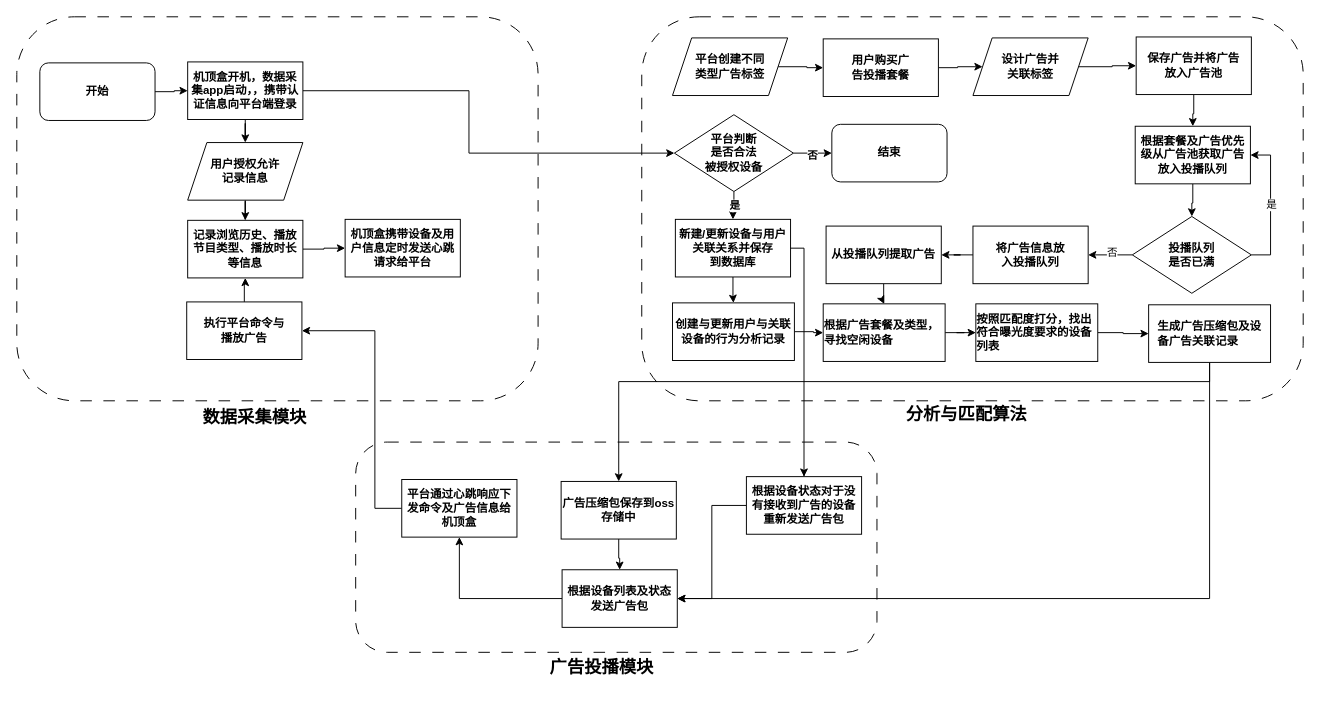
Before: 专利-机顶盒广告智能投播-流程图.drawio in sjxbg/xmindfile, a draw.io diagram. Source tidied: cells renumbered, new cells numbered last; positions are measured from the earlier drawing's top-left corner, leaving out a move shared by most shapes. Both pictures are drawn from the tidied source at 96%, with x=0, y=0 at pixel (16, 16).
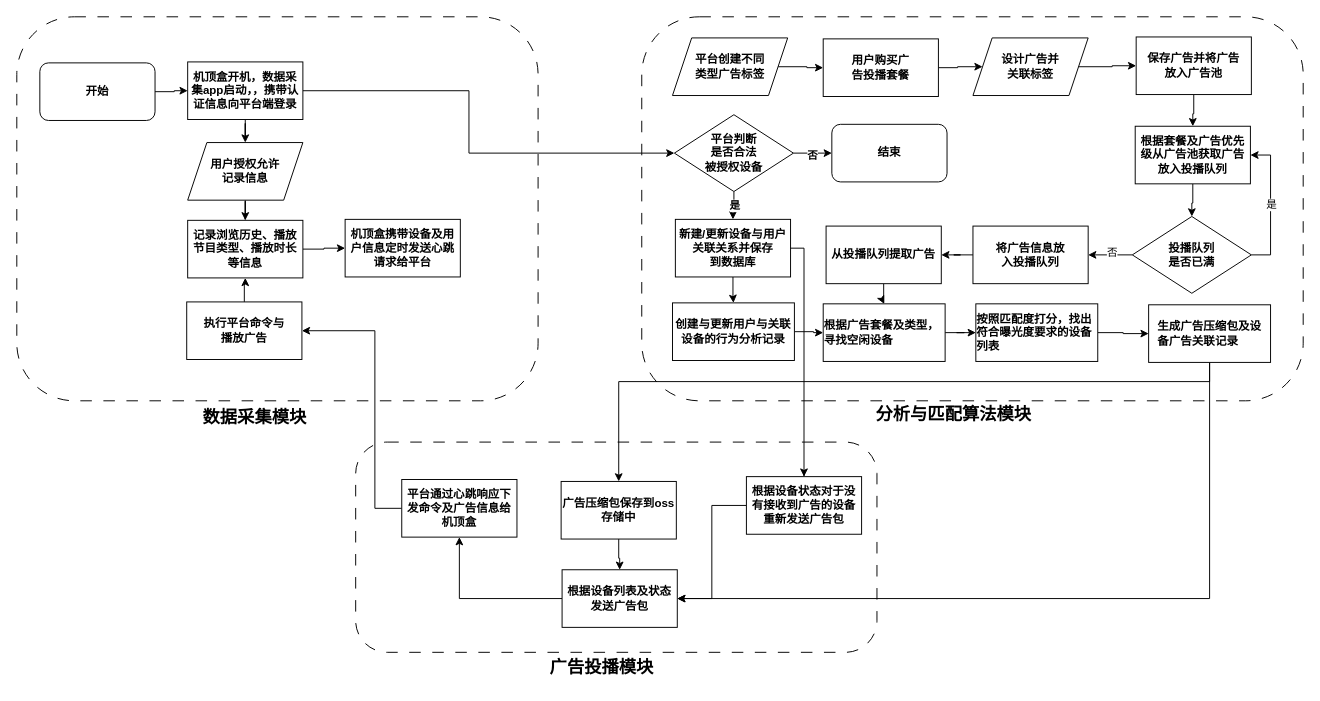
After the change.

Commit message (it also covers changes not shown here):
更新专利-机顶盒广告智能投播-流程图.drawio

Change to the diagram source:
```diff
@@
-    <mxCell id="34" value="&lt;b&gt;&lt;font style=&quot;font-size: 18px;&quot;&gt;分析与匹配算法&lt;/font&gt;&lt;/b&gt;" style="text;strokeColor=none;align=center;fillColor=none;html=1;verticalAlign=middle;whiteSpace=wrap;rounded=0;" parent="1" vertex="1">
-      <mxGeometry x="918" y="398" width="143" height="34" as="geometry" />
+    <mxCell id="34" value="&lt;b&gt;&lt;font style=&quot;font-size: 18px;&quot;&gt;分析与匹配算法模块&lt;/font&gt;&lt;/b&gt;" style="text;strokeColor=none;align=center;fillColor=none;html=1;verticalAlign=middle;whiteSpace=wrap;rounded=0;" parent="1" vertex="1">
+      <mxGeometry x="891" y="398" width="170" height="34" as="geometry" />
     </mxCell>
```
